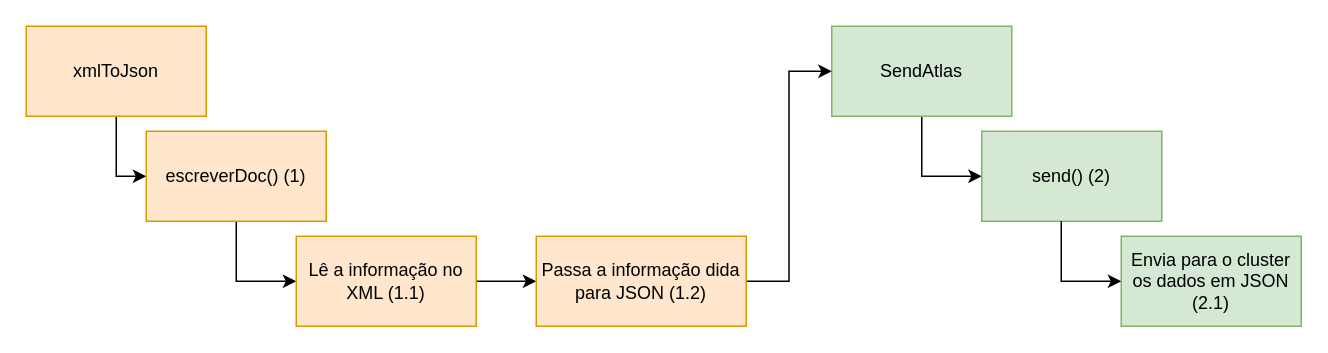
Before: Docs/Diagramas/pipelinePython.drawio in GoncaloGil0/PEI-University, a draw.io diagram. Source tidied: cells renumbered, new cells numbered last; positions are measured from the earlier drawing's top-left corner, leaving out a move shared by most shapes. Both pictures are drawn from the tidied source at 150%, with x=0, y=0 at pixel (26, 26).
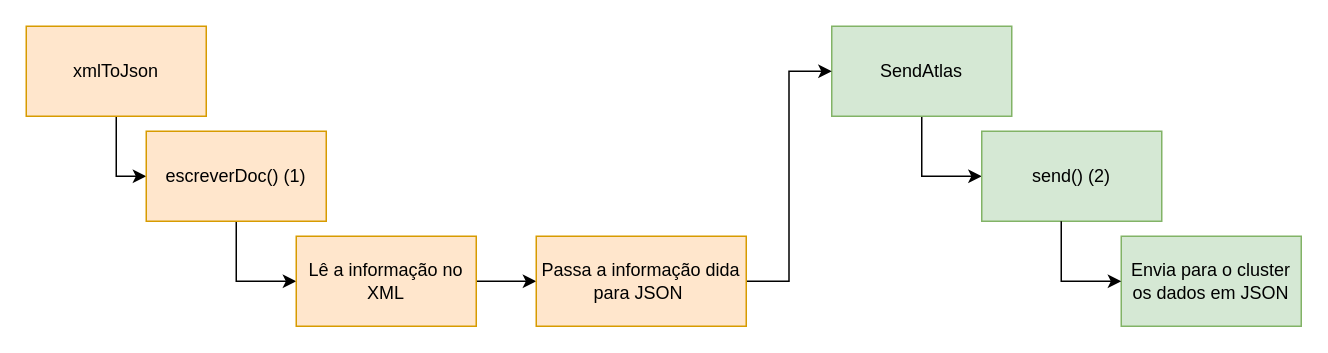
The same page after the edit.

Commit message (it also covers changes not shown here):
Atualização dos diagramas

The edit, as a diff of the source:
```diff
@@
 <mxGraphModel>
   <root>
     <mxCell id="0" />
     <mxCell id="1" parent="0" />
     <mxCell id="2" style="edgeStyle=orthogonalEdgeStyle;rounded=0;jettySize=auto;html=1;entryX=0;entryY=0.5;entryDx=0;entryDy=0;" parent="1" edge="1" source="3" target="7">
       <mxGeometry relative="1" as="geometry">
         <Array as="points">
           <mxPoint x="60" y="100" />
         </Array>
       </mxGeometry>
     </mxCell>
     <mxCell id="3" value="xmlToJson" style="rounded=0;whiteSpace=wrap;html=1;fillColor=#ffe6cc;strokeColor=#d79b00;" parent="1" vertex="1">
       <mxGeometry width="120" height="60" as="geometry" />
     </mxCell>
     <mxCell id="4" style="edgeStyle=orthogonalEdgeStyle;rounded=0;jettySize=auto;html=1;entryX=0;entryY=0.5;entryDx=0;entryDy=0;" parent="1" edge="1" source="5" target="12">
       <mxGeometry relative="1" as="geometry">
         <Array as="points">
           <mxPoint x="597" y="100" />
         </Array>
       </mxGeometry>
     </mxCell>
     <mxCell id="5" value="SendAtlas" style="rounded=0;whiteSpace=wrap;html=1;fillColor=#d5e8d4;strokeColor=#82b366;" parent="1" vertex="1">
       <mxGeometry x="537" width="120" height="60" as="geometry" />
     </mxCell>
     <mxCell id="6" style="edgeStyle=orthogonalEdgeStyle;rounded=0;jettySize=auto;html=1;entryX=0;entryY=0.5;entryDx=0;entryDy=0;" parent="1" edge="1" source="7" target="9">
       <mxGeometry relative="1" as="geometry" />
     </mxCell>
     <mxCell id="7" value="escreverDoc() (1)" style="whiteSpace=wrap;html=1;fillColor=#ffe6cc;strokeColor=#d79b00;rounded=0;gradientColor=none;" parent="1" vertex="1">
       <mxGeometry x="80" y="70" width="120" height="60" as="geometry" />
     </mxCell>
     <mxCell id="8" style="edgeStyle=orthogonalEdgeStyle;rounded=0;jettySize=auto;html=1;" parent="1" edge="1" source="9" target="11">
       <mxGeometry relative="1" as="geometry" />
     </mxCell>
-    <mxCell id="9" value="Lê a informação no XML (1.1)" style="whiteSpace=wrap;html=1;fillColor=#ffe6cc;strokeColor=#d79b00;rounded=0;" parent="1" vertex="1">
+    <mxCell id="9" value="Lê a informação no XML" style="whiteSpace=wrap;html=1;fillColor=#ffe6cc;strokeColor=#d79b00;rounded=0;" parent="1" vertex="1">
       <mxGeometry x="180" y="140" width="120" height="60" as="geometry" />
     </mxCell>
     <mxCell id="10" style="edgeStyle=orthogonalEdgeStyle;rounded=0;jettySize=auto;html=1;entryX=0;entryY=0.5;entryDx=0;entryDy=0;" parent="1" edge="1" source="11" target="5">
       <mxGeometry relative="1" as="geometry" />
     </mxCell>
-    <mxCell id="11" value="Passa a informação dida para JSON (1.2)" style="whiteSpace=wrap;html=1;fillColor=#ffe6cc;strokeColor=#d79b00;rounded=0;" parent="1" vertex="1">
+    <mxCell id="11" value="Passa a informação dida para JSON&amp;nbsp;" style="whiteSpace=wrap;html=1;fillColor=#ffe6cc;strokeColor=#d79b00;rounded=0;" parent="1" vertex="1">
       <mxGeometry x="340" y="140" width="140" height="60" as="geometry" />
     </mxCell>
     <mxCell id="12" value="send() (2)" style="whiteSpace=wrap;html=1;fillColor=#d5e8d4;strokeColor=#82b366;rounded=0;" parent="1" vertex="1">
       <mxGeometry x="637" y="70" width="120" height="60" as="geometry" />
     </mxCell>
-    <mxCell id="13" value="Envia para o cluster os dados em JSON (2.1)" style="whiteSpace=wrap;html=1;fillColor=#d5e8d4;strokeColor=#82b366;rounded=0;" parent="1" vertex="1">
+    <mxCell id="13" value="Envia para o cluster os dados em JSON" style="whiteSpace=wrap;html=1;fillColor=#d5e8d4;strokeColor=#82b366;rounded=0;" parent="1" vertex="1">
       <mxGeometry x="730" y="140" width="120" height="60" as="geometry" />
     </mxCell>
     <mxCell id="14" style="edgeStyle=orthogonalEdgeStyle;rounded=0;orthogonalLoop=1;jettySize=auto;html=1;entryX=0;entryY=0.5;entryDx=0;entryDy=0;" parent="1" edge="1">
       <mxGeometry relative="1" as="geometry">
         <mxPoint x="690" y="130" as="sourcePoint" />
         <mxPoint x="730" y="170" as="targetPoint" />
         <Array as="points">
           <mxPoint x="690" y="170" />
         </Array>
       </mxGeometry>
     </mxCell>
   </root>
 </mxGraphModel>
```
